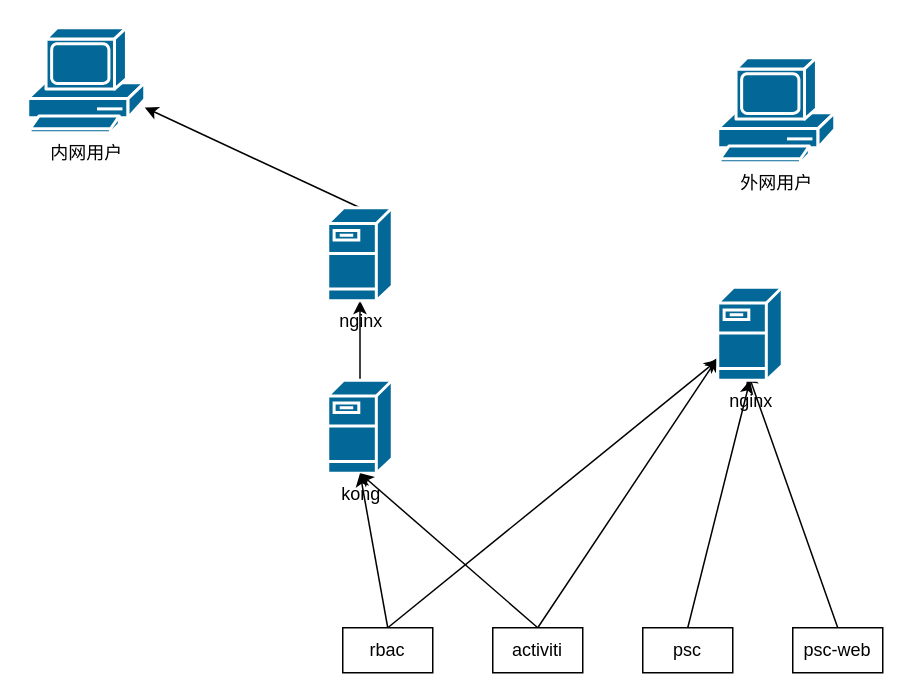
haoranzeus/diagrams keeps this draw.io diagram as Untitled Diagram.drawio. Above is the earlier version. Source tidied: cells renumbered, new cells numbered last; positions are measured from the earlier drawing's top-left corner, leaving out a move shared by most shapes. Both pictures are drawn from the tidied source at 150%, with x=0, y=0 at pixel (27, 27).
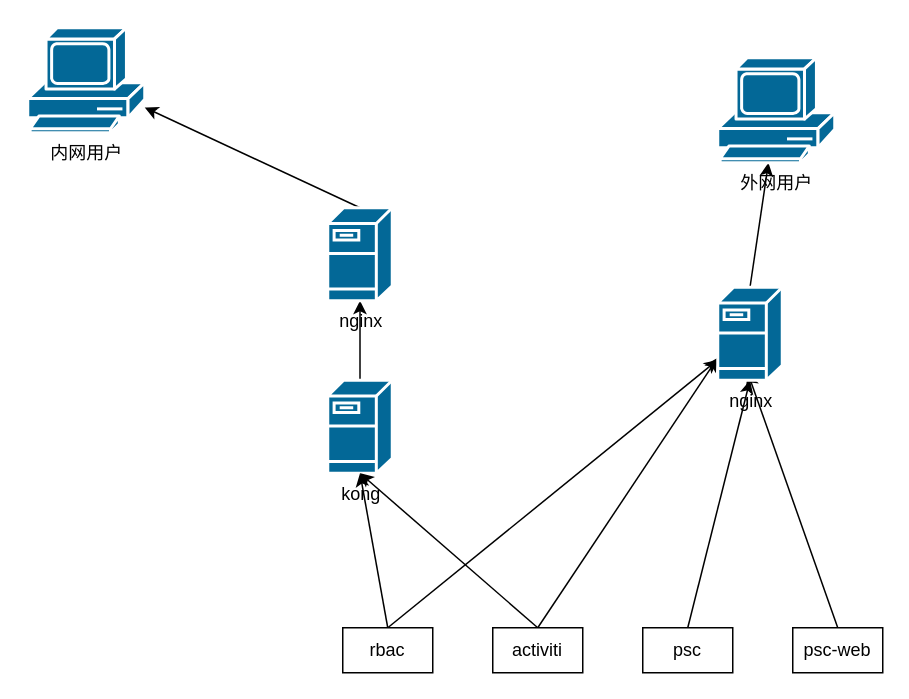
After the change.

The change refers to these unchanged cells:
```xml
<mxCell id="17" value="nginx" style="shape=mxgraph.cisco.servers.fileserver;sketch=0;html=1;dashed=0;fillColor=#036897;strokeColor=#ffffff;strokeWidth=2;verticalLabelPosition=bottom;verticalAlign=top;align=center;outlineConnect=0;" parent="1" vertex="1">
  <mxGeometry x="460" y="173" width="43" height="62" as="geometry" />
</mxCell>
<mxCell id="18" value="外网用户" style="shape=mxgraph.cisco.computers_and_peripherals.pc;sketch=0;html=1;dashed=0;fillColor=#036897;strokeColor=#ffffff;strokeWidth=2;verticalLabelPosition=bottom;verticalAlign=top;align=center;outlineConnect=0;" parent="1" vertex="1">
  <mxGeometry x="460" y="20" width="78" height="70" as="geometry" />
</mxCell>
```

Change to the diagram source:
```diff
@@
+    <mxCell id="19" style="edgeStyle=none;rounded=0;jettySize=auto;html=1;exitX=0.5;exitY=0;exitDx=0;exitDy=0;exitPerimeter=0;" parent="1" edge="1" source="17" target="18">
+      <mxGeometry relative="1" as="geometry" />
+    </mxCell>
```
